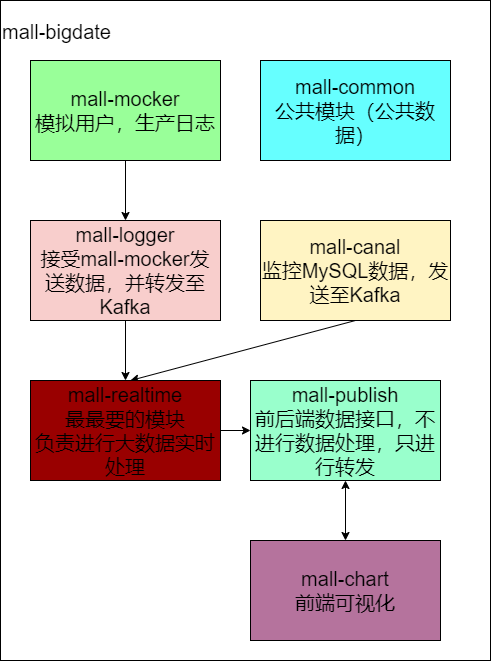
Above: 分模块功能.png in dyzcs/mall-2020 (draw.io), before the change. Source tidied: cells renumbered, new cells last; positions are measured from the earlier drawing's top-left corner, leaving out a move shared by most shapes.
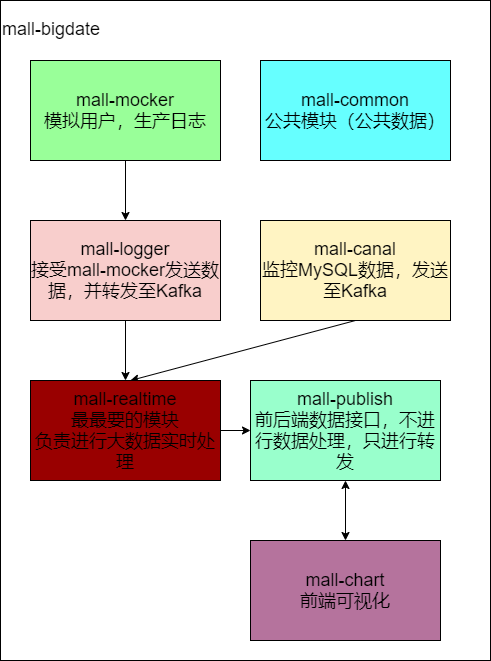
The same diagram one commit later.

Commit message:
更新分模块功能.png

What changed in the source:
```diff
@@ -2,45 +2,45 @@
   <root>
     <mxCell id="0" />
     <mxCell id="1" parent="0" />
-    <mxCell id="2" value="&lt;h1 style=&quot;font-size: 20px;&quot;&gt;&lt;span style=&quot;font-weight: normal; font-size: 20px;&quot;&gt;mall-bigdate&lt;/span&gt;&lt;/h1&gt;" style="rounded=0;whiteSpace=wrap;html=1;align=left;verticalAlign=top;labelBackgroundColor=#ffffff;fontSize=20;" parent="1" vertex="1">
+    <mxCell id="2" value="&lt;h1 style=&quot;font-size: 18px;&quot;&gt;&lt;span style=&quot;font-weight: normal; font-size: 18px;&quot;&gt;mall-bigdate&lt;/span&gt;&lt;/h1&gt;" style="rounded=0;whiteSpace=wrap;html=1;align=left;verticalAlign=top;labelBackgroundColor=#ffffff;fontSize=18;" parent="1" vertex="1">
       <mxGeometry width="490" height="660" as="geometry" />
     </mxCell>
-    <mxCell id="3" style="edgeStyle=none;rounded=0;jettySize=auto;html=1;entryX=0.5;entryY=0;entryDx=0;entryDy=0;fontSize=20;" parent="1" edge="1" source="4" target="10">
+    <mxCell id="3" style="edgeStyle=none;rounded=0;jettySize=auto;html=1;entryX=0.5;entryY=0;entryDx=0;entryDy=0;fontSize=18;" parent="1" edge="1" source="4" target="10">
       <mxGeometry relative="1" as="geometry" />
     </mxCell>
-    <mxCell id="4" value="mall-mocker&lt;div style=&quot;font-size: 20px;&quot;&gt;模拟用户，生产日志&lt;/div&gt;" style="rounded=0;whiteSpace=wrap;html=1;labelBackgroundColor=#99FF99;fillColor=#99FF99;fontSize=20;" parent="1" vertex="1">
+    <mxCell id="4" value="mall-mocker&lt;div style=&quot;font-size: 18px;&quot;&gt;模拟用户，生产日志&lt;/div&gt;" style="rounded=0;whiteSpace=wrap;html=1;labelBackgroundColor=#99FF99;fillColor=#99FF99;fontSize=18;" parent="1" vertex="1">
       <mxGeometry x="30" y="60" width="190" height="100" as="geometry" />
     </mxCell>
-    <mxCell id="5" style="rounded=0;jettySize=auto;html=1;exitX=0.5;exitY=1;exitDx=0;exitDy=0;fontSize=20;" parent="1" edge="1" source="6">
+    <mxCell id="5" style="rounded=0;jettySize=auto;html=1;exitX=0.5;exitY=1;exitDx=0;exitDy=0;fontSize=18;" parent="1" edge="1" source="6">
       <mxGeometry relative="1" as="geometry">
         <mxPoint x="130" y="380" as="targetPoint" />
       </mxGeometry>
     </mxCell>
-    <mxCell id="6" value="mall-canal&lt;br style=&quot;font-size: 20px;&quot;&gt;监控MySQL数据，发送至Kafka" style="rounded=0;whiteSpace=wrap;html=1;fillColor=#FFF4C3;fontSize=20;" parent="1" vertex="1">
+    <mxCell id="6" value="mall-canal&lt;br style=&quot;font-size: 18px;&quot;&gt;监控MySQL数据，发送至Kafka" style="rounded=0;whiteSpace=wrap;html=1;fillColor=#FFF4C3;fontSize=18;" parent="1" vertex="1">
       <mxGeometry x="260" y="220" width="190" height="100" as="geometry" />
     </mxCell>
-    <mxCell id="7" value="mall-chart&lt;br style=&quot;font-size: 20px;&quot;&gt;前端可视化" style="rounded=0;whiteSpace=wrap;html=1;fillColor=#B5739D;fontSize=20;" parent="1" vertex="1">
+    <mxCell id="7" value="mall-chart&lt;br style=&quot;font-size: 18px;&quot;&gt;前端可视化" style="rounded=0;whiteSpace=wrap;html=1;fillColor=#B5739D;fontSize=18;" parent="1" vertex="1">
       <mxGeometry x="250" y="540" width="190" height="100" as="geometry" />
     </mxCell>
-    <mxCell id="8" value="mall-common&lt;br style=&quot;font-size: 20px;&quot;&gt;公共模块（公共数据）" style="rounded=0;whiteSpace=wrap;html=1;fillColor=#66FFFF;fontSize=20;" parent="1" vertex="1">
+    <mxCell id="8" value="mall-common&lt;br style=&quot;font-size: 18px;&quot;&gt;公共模块（公共数据）" style="rounded=0;whiteSpace=wrap;html=1;fillColor=#66FFFF;fontSize=18;" parent="1" vertex="1">
       <mxGeometry x="260" y="60" width="190" height="100" as="geometry" />
     </mxCell>
-    <mxCell id="9" style="edgeStyle=orthogonalEdgeStyle;rounded=0;jettySize=auto;html=1;fontSize=20;" parent="1" edge="1" source="10" target="13">
+    <mxCell id="9" style="edgeStyle=orthogonalEdgeStyle;rounded=0;jettySize=auto;html=1;fontSize=18;" parent="1" edge="1" source="10" target="13">
       <mxGeometry relative="1" as="geometry" />
     </mxCell>
-    <mxCell id="10" value="mall-logger&lt;br style=&quot;font-size: 20px;&quot;&gt;接受mall-mocker发送数据，并转发至Kafka" style="rounded=0;whiteSpace=wrap;html=1;fillColor=#F8CECC;fontSize=20;" parent="1" vertex="1">
+    <mxCell id="10" value="mall-logger&lt;br style=&quot;font-size: 18px;&quot;&gt;接受mall-mocker发送数据，并转发至Kafka" style="rounded=0;whiteSpace=wrap;html=1;fillColor=#F8CECC;fontSize=18;" parent="1" vertex="1">
       <mxGeometry x="30" y="220" width="190" height="100" as="geometry" />
     </mxCell>
-    <mxCell id="11" value="mall-publish&lt;br style=&quot;font-size: 20px;&quot;&gt;前后端数据接口，不进行数据处理，只进行转发" style="rounded=0;whiteSpace=wrap;html=1;fillColor=#99FFCC;fontSize=20;" parent="1" vertex="1">
+    <mxCell id="11" value="mall-publish&lt;br style=&quot;font-size: 18px;&quot;&gt;前后端数据接口，不进行数据处理，只进行转发" style="rounded=0;whiteSpace=wrap;html=1;fillColor=#99FFCC;fontSize=18;" parent="1" vertex="1">
       <mxGeometry x="250" y="380" width="190" height="100" as="geometry" />
     </mxCell>
-    <mxCell id="12" style="edgeStyle=none;rounded=0;jettySize=auto;html=1;exitX=1;exitY=0.5;exitDx=0;exitDy=0;entryX=0;entryY=0.5;entryDx=0;entryDy=0;fontSize=20;" parent="1" edge="1" source="13" target="11">
+    <mxCell id="12" style="edgeStyle=none;rounded=0;jettySize=auto;html=1;exitX=1;exitY=0.5;exitDx=0;exitDy=0;entryX=0;entryY=0.5;entryDx=0;entryDy=0;fontSize=18;" parent="1" edge="1" source="13" target="11">
       <mxGeometry relative="1" as="geometry" />
     </mxCell>
-    <mxCell id="13" value="mall-realtime&lt;br style=&quot;font-size: 20px;&quot;&gt;最最要的模块&lt;br style=&quot;font-size: 20px;&quot;&gt;负责进行大数据实时处理" style="rounded=0;whiteSpace=wrap;html=1;fillColor=#990000;fontSize=20;" parent="1" vertex="1">
+    <mxCell id="13" value="mall-realtime&lt;br style=&quot;font-size: 18px;&quot;&gt;最最要的模块&lt;br style=&quot;font-size: 18px;&quot;&gt;负责进行大数据实时处理" style="rounded=0;whiteSpace=wrap;html=1;fillColor=#990000;fontSize=18;" parent="1" vertex="1">
       <mxGeometry x="30" y="380" width="190" height="100" as="geometry" />
     </mxCell>
-    <mxCell id="14" style="endArrow=classic;startArrow=classic;html=1;entryX=0.5;entryY=1;entryDx=0;entryDy=0;exitX=0.5;exitY=0;exitDx=0;exitDy=0;fontSize=20;" parent="1" edge="1" source="7" target="11">
+    <mxCell id="14" style="endArrow=classic;startArrow=classic;html=1;entryX=0.5;entryY=1;entryDx=0;entryDy=0;exitX=0.5;exitY=0;exitDx=0;exitDy=0;fontSize=18;" parent="1" edge="1" source="7" target="11">
       <mxGeometry relative="1" as="geometry" />
     </mxCell>
   </root>
```
